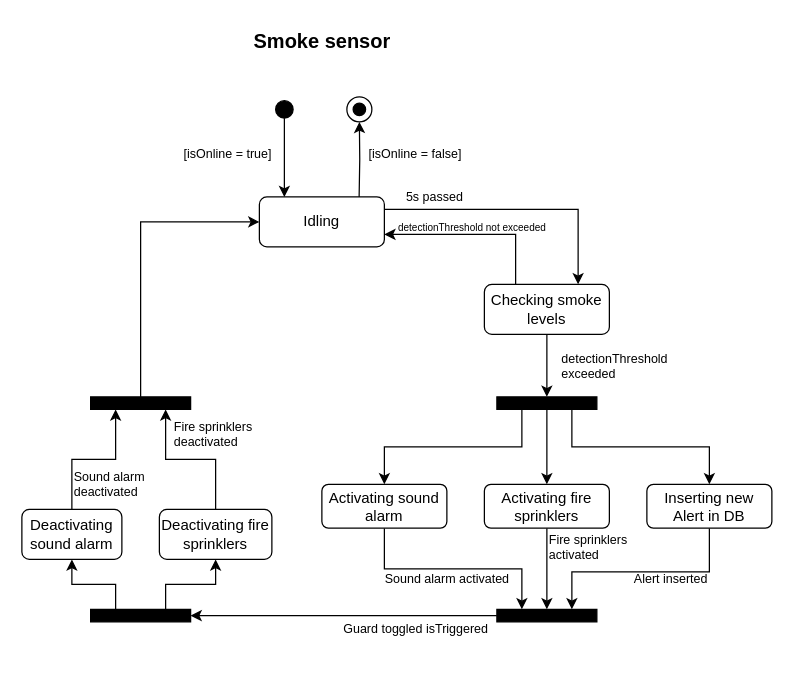
Above: State/state2.drawio in IsmailSalehCode/UML-course-work (draw.io), before the change. Source tidied: cells renumbered, new cells numbered last; positions are measured from the earlier drawing's top-left corner, leaving out a move shared by most shapes. Both pictures are drawn from the tidied source at 125%, with x=0, y=0 at pixel (21, 21).
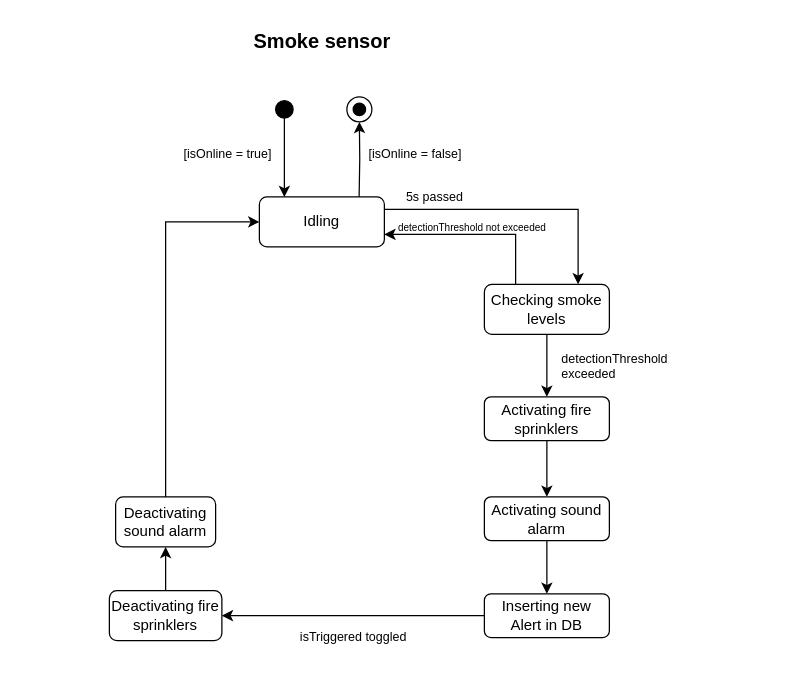
The same page after the edit.

Unchanged cells that the change refers to:
```xml
<mxCell id="6" value="Idling" style="rounded=1;whiteSpace=wrap;html=1;" parent="1" vertex="1">
  <mxGeometry x="190" y="140" width="100" height="40" as="geometry" />
</mxCell>
<mxCell id="19" value="Checking smoke levels" style="rounded=1;whiteSpace=wrap;html=1;" parent="1" vertex="1">
  <mxGeometry x="370" y="210" width="100" height="40" as="geometry" />
</mxCell>
```

Diff of the diagram source:
```diff
@@
-    <mxCell id="11" style="edgeStyle=orthogonalEdgeStyle;rounded=0;jettySize=auto;html=1;exitX=0.5;exitY=1;exitDx=0;exitDy=0;entryX=0.25;entryY=0;entryDx=0;entryDy=0;" parent="1" edge="1" source="12" target="31">
-      <mxGeometry relative="1" as="geometry" />
-    </mxCell>
+    <mxCell id="44" style="edgeStyle=orthogonalEdgeStyle;rounded=0;jettySize=auto;html=1;entryX=0.5;entryY=0;entryDx=0;entryDy=0;" parent="1" edge="1" source="12" target="22">
+      <mxGeometry relative="1" as="geometry" />
+    </mxCell>
     <mxCell id="12" value="Activating sound alarm" style="rounded=1;whiteSpace=wrap;html=1;" parent="1" vertex="1">
-      <mxGeometry x="240" y="370" width="100" height="35" as="geometry" />
+      <mxGeometry x="370" y="380" width="100" height="35" as="geometry" />
     </mxCell>
-    <mxCell id="13" value="&lt;div style=&quot;font-size: 10px;&quot;&gt;Fire sprinklers&lt;/div&gt;&lt;div style=&quot;font-size: 10px;&quot;&gt;activated&lt;/div&gt;" style="text;html=1;align=left;verticalAlign=middle;strokeColor=none;fillColor=none;fontSize=10;" parent="1" vertex="1">
-      <mxGeometry x="420" y="400" width="90" height="40" as="geometry" />
-    </mxCell>
-    <mxCell id="14" value="Sound alarm activated" style="text;html=1;align=center;verticalAlign=middle;strokeColor=none;fillColor=none;fontSize=10;" parent="1" vertex="1">
-      <mxGeometry x="280" y="430" width="120" height="30" as="geometry" />
-    </mxCell>
@@
-    <mxCell id="18" style="edgeStyle=orthogonalEdgeStyle;rounded=0;jettySize=auto;html=1;exitX=0.5;exitY=1;exitDx=0;exitDy=0;entryX=0.5;entryY=0;entryDx=0;entryDy=0;" parent="1" edge="1" source="19" target="27">
-      <mxGeometry relative="1" as="geometry" />
+    <mxCell id="18" style="edgeStyle=orthogonalEdgeStyle;rounded=0;jettySize=auto;html=1;exitX=0.5;exitY=1;exitDx=0;exitDy=0;entryX=0.5;entryY=0;entryDx=0;entryDy=0;" parent="1" edge="1" source="19">
+      <mxGeometry relative="1" as="geometry">
+        <mxPoint x="420" y="300" as="targetPoint" />
+      </mxGeometry>
     </mxCell>
@@
-    <mxCell id="21" style="edgeStyle=orthogonalEdgeStyle;rounded=0;jettySize=auto;html=1;entryX=0.75;entryY=0;entryDx=0;entryDy=0;" parent="1" edge="1" source="22" target="31">
-      <mxGeometry relative="1" as="geometry">
-        <Array as="points">
-          <mxPoint x="550" y="440" />
-          <mxPoint x="440" y="440" />
-        </Array>
-      </mxGeometry>
-    </mxCell>
     <mxCell id="22" value="Inserting new Alert in DB" style="rounded=1;whiteSpace=wrap;html=1;" parent="1" vertex="1">
-      <mxGeometry x="500" y="370" width="100" height="35" as="geometry" />
+      <mxGeometry x="370" y="457.5" width="100" height="35" as="geometry" />
     </mxCell>
-    <mxCell id="23" value="Alert inserted" style="text;html=1;align=center;verticalAlign=middle;strokeColor=none;fillColor=none;fontSize=10;" parent="1" vertex="1">
-      <mxGeometry x="479" y="430" width="80" height="30" as="geometry" />
-    </mxCell>
-    <mxCell id="24" style="edgeStyle=orthogonalEdgeStyle;rounded=0;jettySize=auto;html=1;exitX=0.75;exitY=1;exitDx=0;exitDy=0;entryX=0.5;entryY=0;entryDx=0;entryDy=0;" parent="1" edge="1" source="27" target="22">
-      <mxGeometry relative="1" as="geometry" />
-    </mxCell>
-    <mxCell id="25" style="edgeStyle=orthogonalEdgeStyle;rounded=0;jettySize=auto;html=1;exitX=0.25;exitY=1;exitDx=0;exitDy=0;entryX=0.5;entryY=0;entryDx=0;entryDy=0;" parent="1" edge="1" source="27" target="12">
-      <mxGeometry relative="1" as="geometry" />
-    </mxCell>
-    <mxCell id="26" style="edgeStyle=orthogonalEdgeStyle;rounded=0;jettySize=auto;html=1;exitX=0.5;exitY=1;exitDx=0;exitDy=0;entryX=0.5;entryY=0;entryDx=0;entryDy=0;" parent="1" edge="1" source="27" target="29">
-      <mxGeometry relative="1" as="geometry" />
-    </mxCell>
-    <mxCell id="27" style="rounded=0;whiteSpace=wrap;html=1;labelBackgroundColor=none;fillStyle=solid;fillColor=#000000;" parent="1" vertex="1">
-      <mxGeometry x="380" y="300" width="80" height="10" as="geometry" />
-    </mxCell>
-    <mxCell id="28" style="edgeStyle=orthogonalEdgeStyle;rounded=0;jettySize=auto;html=1;exitX=0.5;exitY=1;exitDx=0;exitDy=0;entryX=0.5;entryY=0;entryDx=0;entryDy=0;" parent="1" edge="1" source="29" target="31">
-      <mxGeometry relative="1" as="geometry" />
-    </mxCell>
+    <mxCell id="45" style="edgeStyle=orthogonalEdgeStyle;rounded=0;jettySize=auto;html=1;entryX=0.5;entryY=0;entryDx=0;entryDy=0;" parent="1" edge="1" source="29" target="12">
+      <mxGeometry relative="1" as="geometry" />
+    </mxCell>
     <mxCell id="29" value="Activating fire sprinklers" style="rounded=1;whiteSpace=wrap;html=1;" parent="1" vertex="1">
-      <mxGeometry x="370" y="370" width="100" height="35" as="geometry" />
+      <mxGeometry x="370" y="300" width="100" height="35" as="geometry" />
     </mxCell>
-    <mxCell id="30" style="edgeStyle=orthogonalEdgeStyle;rounded=0;jettySize=auto;html=1;entryX=0.5;entryY=1;entryDx=0;entryDy=0;exitX=0.25;exitY=0;exitDx=0;exitDy=0;" parent="1" edge="1" source="39" target="33">
-      <mxGeometry relative="1" as="geometry" />
-    </mxCell>
-    <mxCell id="31" style="rounded=0;whiteSpace=wrap;html=1;labelBackgroundColor=none;fillStyle=solid;fillColor=#000000;" parent="1" vertex="1">
-      <mxGeometry x="380" y="470" width="80" height="10" as="geometry" />
-    </mxCell>
-    <mxCell id="32" style="edgeStyle=orthogonalEdgeStyle;rounded=0;jettySize=auto;html=1;entryX=0;entryY=0.5;entryDx=0;entryDy=0;exitX=0.5;exitY=0;exitDx=0;exitDy=0;" parent="1" edge="1" source="41" target="6">
-      <mxGeometry relative="1" as="geometry" />
-    </mxCell>
+    <mxCell id="46" style="edgeStyle=orthogonalEdgeStyle;rounded=0;jettySize=auto;html=1;entryX=0;entryY=0.5;entryDx=0;entryDy=0;exitX=0.5;exitY=0;exitDx=0;exitDy=0;" parent="1" edge="1" source="33" target="6">
+      <mxGeometry relative="1" as="geometry" />
+    </mxCell>
     <mxCell id="33" value="Deactivating sound alarm" style="rounded=1;whiteSpace=wrap;html=1;" parent="1" vertex="1">
-      <mxGeometry y="390" width="80" height="40" as="geometry" />
+      <mxGeometry x="75" y="380" width="80" height="40" as="geometry" />
     </mxCell>
-    <mxCell id="34" value="Guard toggled isTriggered" style="text;html=1;align=center;verticalAlign=middle;strokeColor=none;fillColor=none;fontSize=10;" parent="1" vertex="1">
-      <mxGeometry x="245" y="470" width="140" height="30" as="geometry" />
+    <mxCell id="34" value="isTriggered toggled" style="text;html=1;align=center;verticalAlign=top;strokeColor=none;fillColor=none;fontSize=10;" parent="1" vertex="1">
+      <mxGeometry x="210" y="480" width="110" height="30" as="geometry" />
     </mxCell>
-    <mxCell id="35" style="edgeStyle=orthogonalEdgeStyle;rounded=0;jettySize=auto;html=1;exitX=0.5;exitY=0;exitDx=0;exitDy=0;entryX=0.75;entryY=1;entryDx=0;entryDy=0;" parent="1" edge="1" source="36" target="41">
-      <mxGeometry relative="1" as="geometry" />
-    </mxCell>
+    <mxCell id="47" style="edgeStyle=orthogonalEdgeStyle;rounded=0;jettySize=auto;html=1;entryX=0.5;entryY=1;entryDx=0;entryDy=0;" parent="1" edge="1" source="36" target="33">
+      <mxGeometry relative="1" as="geometry" />
+    </mxCell>
     <mxCell id="36" value="Deactivating fire sprinklers" style="rounded=1;whiteSpace=wrap;html=1;" parent="1" vertex="1">
-      <mxGeometry x="110" y="390" width="90" height="40" as="geometry" />
+      <mxGeometry x="70" y="455" width="90" height="40" as="geometry" />
     </mxCell>
-    <mxCell id="37" style="edgeStyle=orthogonalEdgeStyle;rounded=0;jettySize=auto;html=1;entryX=1;entryY=0.5;entryDx=0;entryDy=0;" parent="1" edge="1" source="31" target="39">
+    <mxCell id="37" style="edgeStyle=orthogonalEdgeStyle;rounded=0;jettySize=auto;html=1;entryX=1;entryY=0.5;entryDx=0;entryDy=0;exitX=0;exitY=0.5;exitDx=0;exitDy=0;" parent="1" edge="1" source="22" target="36">
       <mxGeometry relative="1" as="geometry" />
     </mxCell>
-    <mxCell id="38" style="edgeStyle=orthogonalEdgeStyle;rounded=0;jettySize=auto;html=1;exitX=0.75;exitY=0;exitDx=0;exitDy=0;entryX=0.5;entryY=1;entryDx=0;entryDy=0;" parent="1" edge="1" source="39" target="36">
-      <mxGeometry relative="1" as="geometry" />
-    </mxCell>
-    <mxCell id="39" style="rounded=0;whiteSpace=wrap;html=1;labelBackgroundColor=none;fillStyle=solid;fillColor=#000000;" parent="1" vertex="1">
-      <mxGeometry x="55" y="470" width="80" height="10" as="geometry" />
-    </mxCell>
-    <mxCell id="40" style="edgeStyle=orthogonalEdgeStyle;rounded=0;jettySize=auto;html=1;entryX=0.25;entryY=1;entryDx=0;entryDy=0;" parent="1" edge="1" source="33" target="41">
-      <mxGeometry relative="1" as="geometry">
-        <Array as="points">
-          <mxPoint x="40" y="350" />
-          <mxPoint x="75" y="350" />
-        </Array>
-      </mxGeometry>
-    </mxCell>
-    <mxCell id="41" style="rounded=0;whiteSpace=wrap;html=1;labelBackgroundColor=none;fillStyle=solid;fillColor=#000000;" parent="1" vertex="1">
-      <mxGeometry x="55" y="300" width="80" height="10" as="geometry" />
-    </mxCell>
-    <mxCell id="42" value="&lt;div style=&quot;font-size: 10px;&quot;&gt;Fire sprinklers&lt;/div&gt;&lt;div style=&quot;font-size: 10px;&quot;&gt;deactivated&lt;/div&gt;" style="text;html=1;align=left;verticalAlign=middle;strokeColor=none;fillColor=none;fontSize=10;" parent="1" vertex="1">
-      <mxGeometry x="120" y="310" width="90" height="40" as="geometry" />
-    </mxCell>
-    <mxCell id="43" value="Sound alarm&lt;div&gt;deactivated&lt;/div&gt;" style="text;html=1;align=left;verticalAlign=middle;strokeColor=none;fillColor=none;fontSize=10;" parent="1" vertex="1">
-      <mxGeometry x="40" y="350" width="80" height="40" as="geometry" />
-    </mxCell>
```
